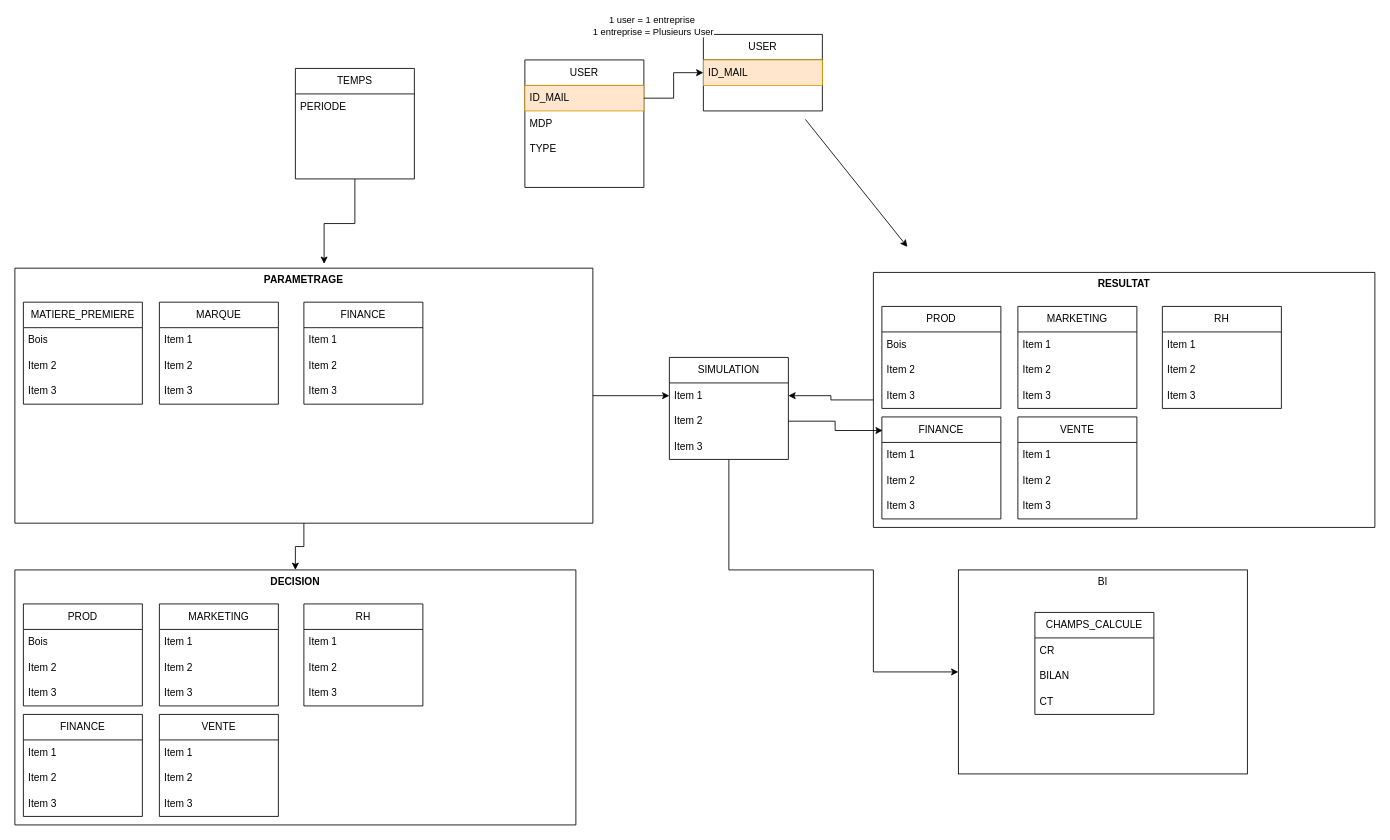
EmmaPivaut/Projets keeps this draw.io diagram as MCD Business Game V1.drawio. Above is the earlier version. Source tidied: cells renumbered, new cells numbered last; positions are measured from the earlier drawing's top-left corner, leaving out a move shared by most shapes. Both pictures are drawn from the tidied source at 85%, with x=0, y=0 at pixel (14, 34).
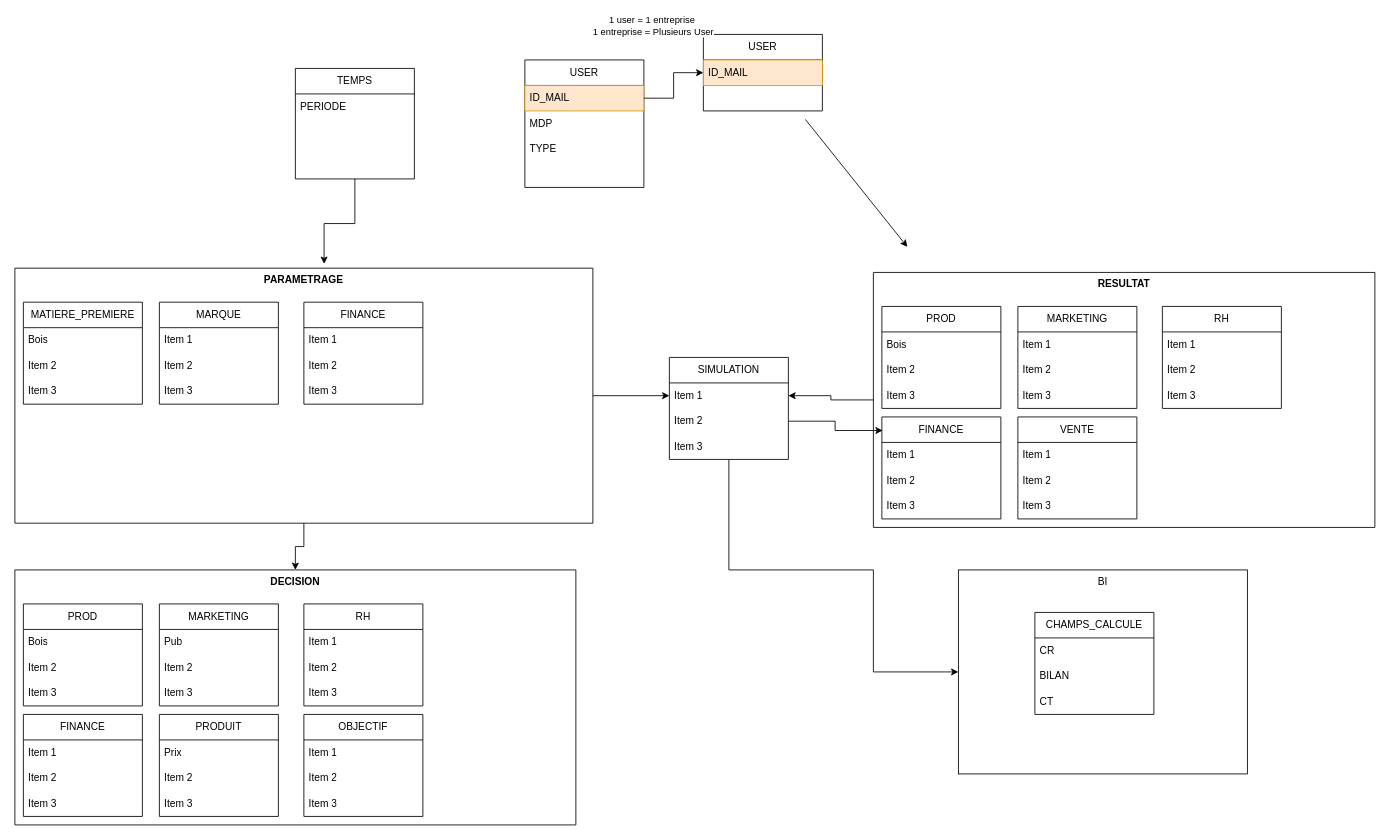
The same diagram, later.

Commit message:
Mettre à jour MCD Business Game V1.drawio

The change refers to these unchanged cells:
```xml
<mxCell id="55" value="DECISION" style="swimlane;startSize=0;verticalAlign=top;" parent="1" vertex="1">
  <mxGeometry y="630" width="660" height="300" as="geometry" />
</mxCell>
<mxCell id="60" value="MARKETING" style="swimlane;fontStyle=0;horizontal=1;startSize=30;whiteSpace=wrap;html=1;" parent="55" vertex="1">
  <mxGeometry x="170" y="40" width="140" height="120" as="geometry" />
</mxCell>
```

Change to the diagram source:
```diff
@@
-    <mxCell id="61" value="Item 1" style="text;strokeColor=none;fillColor=none;align=left;verticalAlign=middle;spacingLeft=4;spacingRight=4;overflow=hidden;whiteSpace=wrap;html=1;" parent="60" vertex="1">
+    <mxCell id="61" value="Pub" style="text;strokeColor=none;fillColor=none;align=left;verticalAlign=middle;spacingLeft=4;spacingRight=4;overflow=hidden;whiteSpace=wrap;html=1;" parent="60" vertex="1">
       <mxGeometry y="30" width="140" height="30" as="geometry" />
     </mxCell>
@@
-    <mxCell id="72" value="VENTE" style="swimlane;fontStyle=0;horizontal=1;startSize=30;whiteSpace=wrap;html=1;" parent="55" vertex="1">
+    <mxCell id="72" value="PRODUIT" style="swimlane;fontStyle=0;horizontal=1;startSize=30;whiteSpace=wrap;html=1;" parent="55" vertex="1">
       <mxGeometry x="170" y="170" width="140" height="120" as="geometry" />
     </mxCell>
-    <mxCell id="73" value="Item 1" style="text;strokeColor=none;fillColor=none;align=left;verticalAlign=middle;spacingLeft=4;spacingRight=4;overflow=hidden;whiteSpace=wrap;html=1;" parent="72" vertex="1">
+    <mxCell id="73" value="Prix" style="text;strokeColor=none;fillColor=none;align=left;verticalAlign=middle;spacingLeft=4;spacingRight=4;overflow=hidden;whiteSpace=wrap;html=1;" parent="72" vertex="1">
       <mxGeometry y="30" width="140" height="30" as="geometry" />
     </mxCell>
@@
+    <mxCell id="86" value="OBJECTIF" style="swimlane;fontStyle=0;horizontal=1;startSize=30;whiteSpace=wrap;html=1;" parent="55" vertex="1">
+      <mxGeometry x="340" y="170" width="140" height="120" as="geometry" />
+    </mxCell>
+    <mxCell id="87" value="Item 1" style="text;strokeColor=none;fillColor=none;align=left;verticalAlign=middle;spacingLeft=4;spacingRight=4;overflow=hidden;whiteSpace=wrap;html=1;" parent="86" vertex="1">
+      <mxGeometry y="30" width="140" height="30" as="geometry" />
+    </mxCell>
+    <mxCell id="88" value="Item 2" style="text;strokeColor=none;fillColor=none;align=left;verticalAlign=middle;spacingLeft=4;spacingRight=4;overflow=hidden;whiteSpace=wrap;html=1;" parent="86" vertex="1">
+      <mxGeometry y="60" width="140" height="30" as="geometry" />
+    </mxCell>
+    <mxCell id="89" value="Item 3" style="text;strokeColor=none;fillColor=none;align=left;verticalAlign=middle;spacingLeft=4;spacingRight=4;overflow=hidden;whiteSpace=wrap;html=1;" parent="86" vertex="1">
+      <mxGeometry y="90" width="140" height="30" as="geometry" />
+    </mxCell>
```
